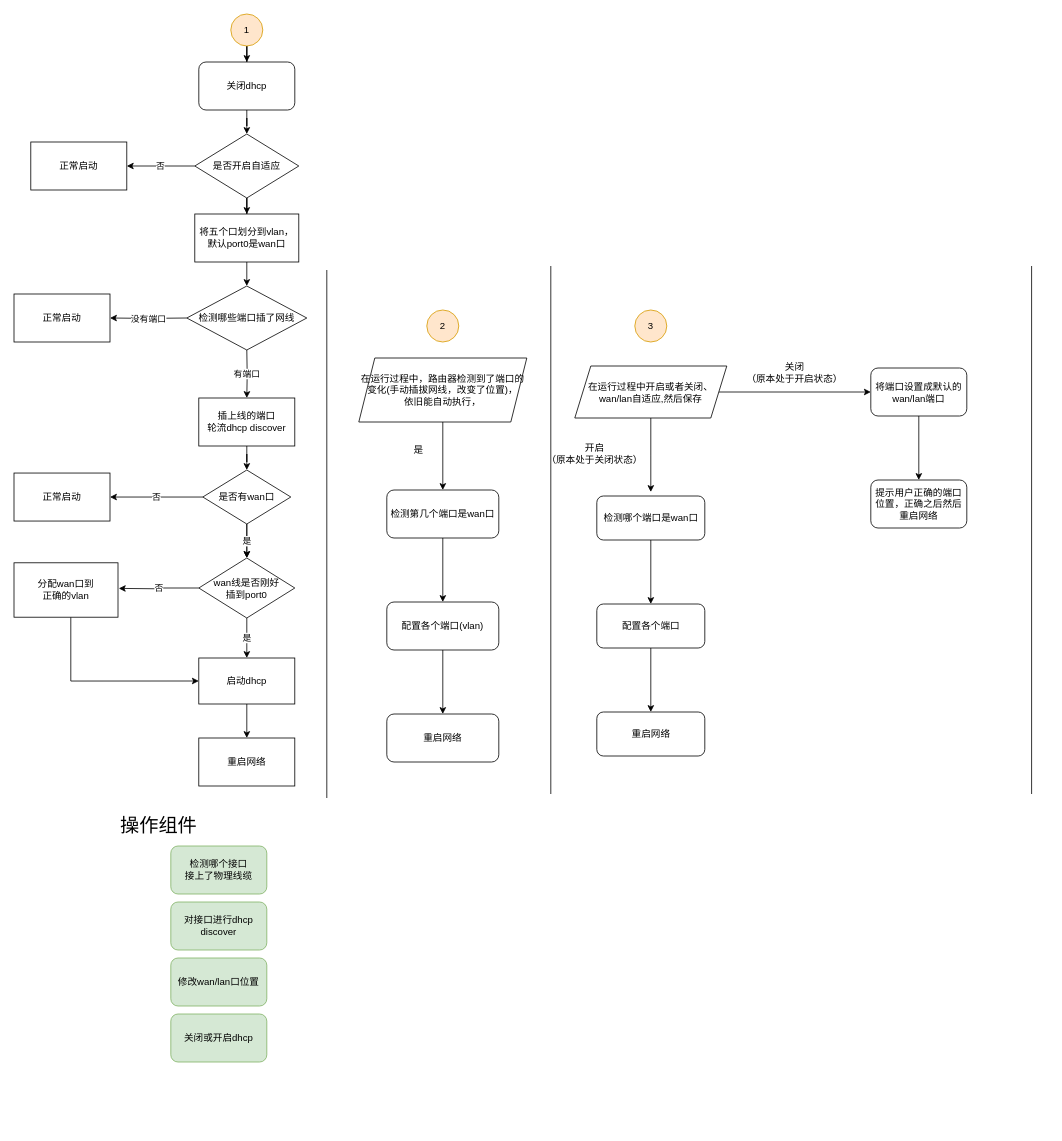
Before: wan/lan_auto_seletct.drawio in EasternCabbage/draw.io, a draw.io diagram. Source tidied: cells renumbered, new cells numbered last; positions are measured from the earlier drawing's top-left corner, leaving out a move shared by most shapes. Both pictures are drawn from the tidied source at 80%, with x=0, y=0 at pixel (14, 14).
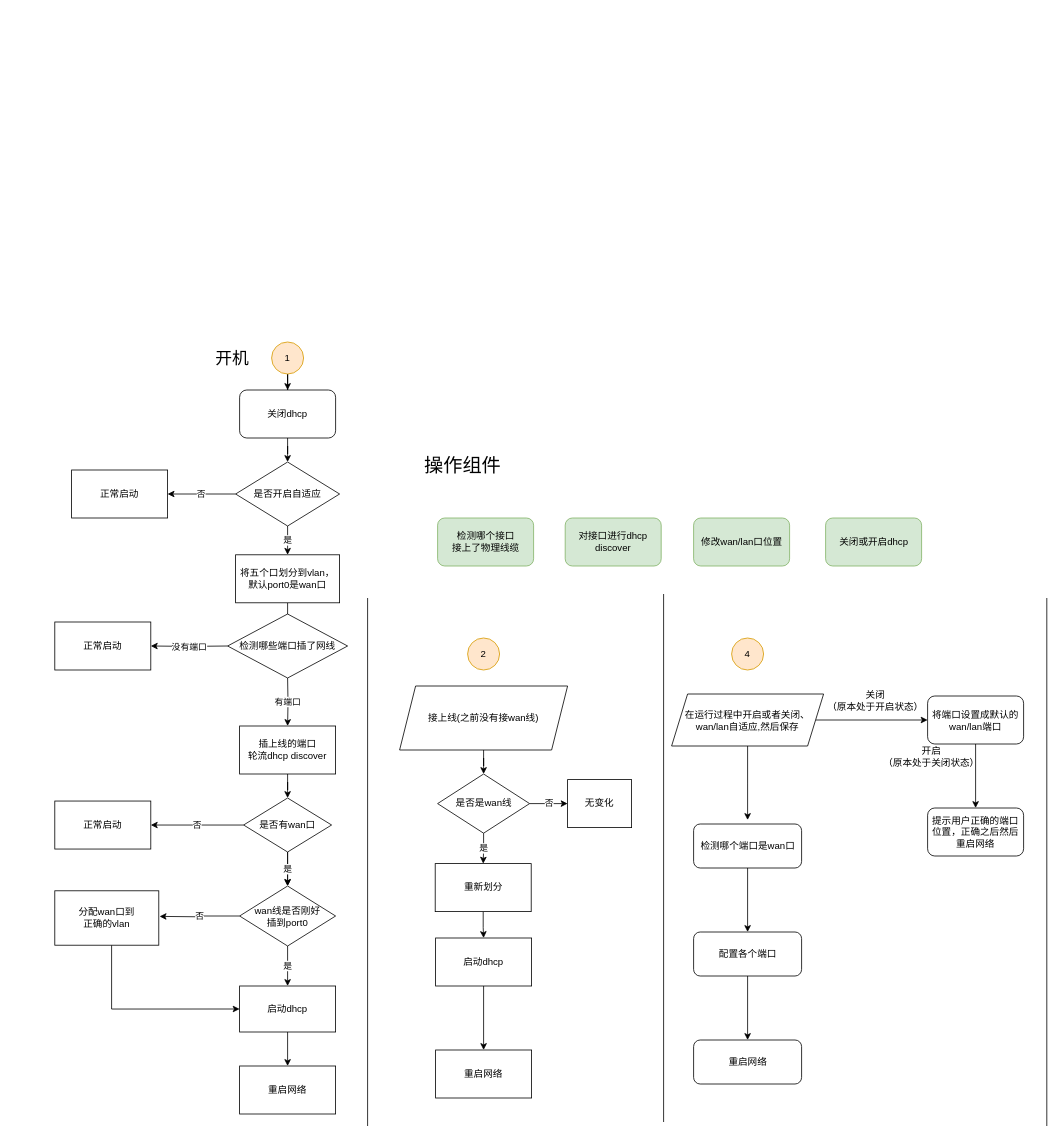
After the change.

Change to the diagram source:
```diff
@@
-    <mxCell id="2" style="edgeStyle=orthogonalEdgeStyle;rounded=0;jettySize=auto;html=1;entryX=0.5;entryY=0;entryDx=0;entryDy=0;" parent="1" edge="1" source="3" target="5">
-      <mxGeometry relative="1" as="geometry" />
-    </mxCell>
+    <mxCell id="62" style="edgeStyle=orthogonalEdgeStyle;rounded=0;jettySize=auto;html=1;" parent="1" edge="1" source="3" target="64">
+      <mxGeometry relative="1" as="geometry" />
+    </mxCell>
-    <mxCell id="3" value="在运行过程中，路由器检测到了端口的变化(手动插拔网线，改变了位置)，&lt;br&gt;依旧能自动执行，" style="shape=parallelogram;perimeter=parallelogramPerimeter;whiteSpace=wrap;html=1;fixedSize=1;" parent="1" vertex="1">
-      <mxGeometry x="431" y="430" width="210" height="80" as="geometry" />
+    <mxCell id="3" value="接上线(之前没有接wan线)" style="shape=parallelogram;perimeter=parallelogramPerimeter;whiteSpace=wrap;html=1;fixedSize=1;" parent="1" vertex="1">
+      <mxGeometry x="482" y="840" width="210" height="80" as="geometry" />
     </mxCell>
-    <mxCell id="4" style="edgeStyle=orthogonalEdgeStyle;rounded=0;jettySize=auto;html=1;" parent="1" edge="1" source="5" target="7">
-      <mxGeometry relative="1" as="geometry" />
-    </mxCell>
-    <mxCell id="5" value="检测第几个端口是wan口" style="rounded=1;whiteSpace=wrap;html=1;" parent="1" vertex="1">
-      <mxGeometry x="466" y="595" width="140" height="60" as="geometry" />
-    </mxCell>
-    <mxCell id="6" style="edgeStyle=orthogonalEdgeStyle;rounded=0;jettySize=auto;html=1;" parent="1" edge="1" source="7" target="9">
-      <mxGeometry relative="1" as="geometry" />
-    </mxCell>
-    <mxCell id="7" value="配置各个端口(vlan)" style="rounded=1;whiteSpace=wrap;html=1;" parent="1" vertex="1">
-      <mxGeometry x="466" y="735" width="140" height="60" as="geometry" />
-    </mxCell>
-    <mxCell id="8" value="是" style="text;html=1;strokeColor=none;fillColor=none;align=center;verticalAlign=middle;whiteSpace=wrap;rounded=0;rotation=0;" parent="1" vertex="1">
-      <mxGeometry x="486" y="535" width="40" height="20" as="geometry" />
-    </mxCell>
-    <mxCell id="9" value="重启网络" style="rounded=1;whiteSpace=wrap;html=1;" parent="1" vertex="1">
-      <mxGeometry x="466" y="875" width="140" height="60" as="geometry" />
-    </mxCell>
     <mxCell id="10" style="edgeStyle=orthogonalEdgeStyle;rounded=0;jettySize=auto;html=1;" parent="1" edge="1" source="12">
       <mxGeometry relative="1" as="geometry">
-        <mxPoint x="796" y="597.5" as="targetPoint" />
+        <mxPoint x="917" y="1007.5" as="targetPoint" />
       </mxGeometry>
     </mxCell>
@@
     <mxCell id="12" value="在运行过程中开启或者关闭、&lt;br&gt;wan/lan自适应,然后保存" style="shape=parallelogram;perimeter=parallelogramPerimeter;whiteSpace=wrap;html=1;fixedSize=1;" parent="1" vertex="1">
-      <mxGeometry x="701" y="440" width="190" height="65" as="geometry" />
+      <mxGeometry x="822" y="850" width="190" height="65" as="geometry" />
     </mxCell>
@@
     <mxCell id="14" value="检测哪个端口是wan口" style="rounded=1;whiteSpace=wrap;html=1;" parent="1" vertex="1">
-      <mxGeometry x="728.5" y="602.5" width="135" height="55" as="geometry" />
+      <mxGeometry x="849.5" y="1012.5" width="135" height="55" as="geometry" />
     </mxCell>
     <mxCell id="15" value="开启&lt;br&gt;（原本处于关闭状态）" style="text;html=1;strokeColor=none;fillColor=none;align=center;verticalAlign=middle;whiteSpace=wrap;rounded=0;" parent="1" vertex="1">
-      <mxGeometry x="661" y="542.5" width="130" height="15" as="geometry" />
+      <mxGeometry x="1082" y="920" width="130" height="15" as="geometry" />
     </mxCell>
@@
     <mxCell id="17" value="将端口设置成默认的wan/lan端口" style="rounded=1;whiteSpace=wrap;html=1;" parent="1" vertex="1">
-      <mxGeometry x="1071" y="442.5" width="120" height="60" as="geometry" />
+      <mxGeometry x="1142" y="852.5" width="120" height="60" as="geometry" />
     </mxCell>
     <mxCell id="18" value="关闭&lt;br&gt;（原本处于开启状态）" style="text;html=1;strokeColor=none;fillColor=none;align=center;verticalAlign=middle;whiteSpace=wrap;rounded=0;" parent="1" vertex="1">
-      <mxGeometry x="911" y="447.5" width="130" as="geometry" />
+      <mxGeometry x="1012" y="857.5" width="130" as="geometry" />
     </mxCell>
@@
     <mxCell id="20" value="配置各个端口" style="rounded=1;whiteSpace=wrap;html=1;" parent="1" vertex="1">
-      <mxGeometry x="728.5" y="737.5" width="135" height="55" as="geometry" />
+      <mxGeometry x="849.5" y="1147.5" width="135" height="55" as="geometry" />
     </mxCell>
     <mxCell id="21" value="重启网络" style="rounded=1;whiteSpace=wrap;html=1;" parent="1" vertex="1">
-      <mxGeometry x="728.5" y="872.5" width="135" height="55" as="geometry" />
+      <mxGeometry x="849.5" y="1282.5" width="135" height="55" as="geometry" />
     </mxCell>
     <mxCell id="22" value="提示用户正确的端口位置，正确之后然后重启网络" style="rounded=1;whiteSpace=wrap;html=1;" parent="1" vertex="1">
-      <mxGeometry x="1071" y="582.5" width="120" height="60" as="geometry" />
+      <mxGeometry x="1142" y="992.5" width="120" height="60" as="geometry" />
     </mxCell>
@@
     <mxCell id="24" value="1" style="ellipse;whiteSpace=wrap;html=1;fillColor=#ffe6cc;strokeColor=#d79b00;" parent="1" vertex="1">
-      <mxGeometry x="271" width="40" height="40" as="geometry" />
+      <mxGeometry x="322" y="410" width="40" height="40" as="geometry" />
     </mxCell>
     <mxCell id="25" value="2" style="ellipse;whiteSpace=wrap;html=1;fillColor=#ffe6cc;strokeColor=#d79b00;" parent="1" vertex="1">
-      <mxGeometry x="516" y="370" width="40" height="40" as="geometry" />
+      <mxGeometry x="567" y="780" width="40" height="40" as="geometry" />
     </mxCell>
-    <mxCell id="26" value="3" style="ellipse;whiteSpace=wrap;html=1;fillColor=#ffe6cc;strokeColor=#d79b00;" parent="1" vertex="1">
-      <mxGeometry x="776" y="370" width="40" height="40" as="geometry" />
+    <mxCell id="26" value="4" style="ellipse;whiteSpace=wrap;html=1;fillColor=#ffe6cc;strokeColor=#d79b00;" parent="1" vertex="1">
+      <mxGeometry x="897" y="780" width="40" height="40" as="geometry" />
     </mxCell>
     <mxCell id="27" style="endArrow=none;html=1;" parent="1" edge="1">
       <mxGeometry relative="1" as="geometry">
-        <mxPoint x="391" y="980" as="sourcePoint" />
-        <mxPoint x="391" y="320" as="targetPoint" />
+        <mxPoint x="442" y="1390" as="sourcePoint" />
+        <mxPoint x="442" y="730" as="targetPoint" />
       </mxGeometry>
     </mxCell>
     <mxCell id="28" style="endArrow=none;html=1;" parent="1" edge="1">
       <mxGeometry relative="1" as="geometry">
-        <mxPoint x="671" y="975" as="sourcePoint" />
-        <mxPoint x="671" y="315" as="targetPoint" />
+        <mxPoint x="812" y="1385" as="sourcePoint" />
+        <mxPoint x="812" y="725" as="targetPoint" />
       </mxGeometry>
     </mxCell>
     <mxCell id="29" style="endArrow=none;html=1;" parent="1" edge="1">
       <mxGeometry relative="1" as="geometry">
-        <mxPoint x="1272" y="975" as="sourcePoint" />
-        <mxPoint x="1272" y="315" as="targetPoint" />
+        <mxPoint x="1291" y="1390" as="sourcePoint" />
+        <mxPoint x="1291" y="730" as="targetPoint" />
       </mxGeometry>
     </mxCell>
     <mxCell id="30" value="操作组件" style="text;html=1;strokeColor=none;fillColor=none;align=center;verticalAlign=middle;whiteSpace=wrap;rounded=0;strokeWidth=1;fontSize=24;" parent="1" vertex="1">
-      <mxGeometry x="41" y="990" width="280" height="50" as="geometry" />
+      <mxGeometry x="421" y="540" width="280" height="50" as="geometry" />
     </mxCell>
     <mxCell id="31" value="检测哪个接口&lt;br&gt;接上了物理线缆" style="rounded=1;whiteSpace=wrap;html=1;fillColor=#d5e8d4;strokeColor=#82b366;" parent="1" vertex="1">
-      <mxGeometry x="196" y="1040" width="120" height="60" as="geometry" />
+      <mxGeometry x="529.5" y="630" width="120" height="60" as="geometry" />
     </mxCell>
     <mxCell id="32" value="对接口进行dhcp discover" style="rounded=1;whiteSpace=wrap;html=1;fillColor=#d5e8d4;strokeColor=#82b366;" parent="1" vertex="1">
-      <mxGeometry x="196" y="1110" width="120" height="60" as="geometry" />
+      <mxGeometry x="689" y="630" width="120" height="60" as="geometry" />
     </mxCell>
     <mxCell id="33" value="修改wan/lan口位置" style="whiteSpace=wrap;html=1;rounded=1;fillColor=#d5e8d4;strokeColor=#82b366;" parent="1" vertex="1">
-      <mxGeometry x="196" y="1180" width="120" height="60" as="geometry" />
+      <mxGeometry x="849.5" y="630" width="120" height="60" as="geometry" />
     </mxCell>
     <mxCell id="34" value="关闭或开启dhcp" style="rounded=1;whiteSpace=wrap;html=1;fillColor=#d5e8d4;strokeColor=#82b366;" parent="1" vertex="1">
-      <mxGeometry x="196" y="1250" width="120" height="60" as="geometry" />
+      <mxGeometry x="1014.5" y="630" width="120" height="60" as="geometry" />
     </mxCell>
@@
     <mxCell id="36" value="关闭dhcp" style="rounded=1;whiteSpace=wrap;html=1;" parent="1" vertex="1">
-      <mxGeometry x="231" y="60" width="120" height="60" as="geometry" />
+      <mxGeometry x="282" y="470" width="120" height="60" as="geometry" />
     </mxCell>
@@
-    <mxCell id="38" style="edgeStyle=orthogonalEdgeStyle;rounded=0;jettySize=auto;html=1;" parent="1" edge="1" source="39" target="42">
+    <mxCell id="38" value="是" style="edgeStyle=orthogonalEdgeStyle;rounded=0;jettySize=auto;html=1;" parent="1" edge="1" source="39" target="42">
       <mxGeometry relative="1" as="geometry" />
     </mxCell>
     <mxCell id="39" value="是否开启自适应" style="rhombus;whiteSpace=wrap;html=1;" parent="1" vertex="1">
-      <mxGeometry x="226" y="150" width="130" height="80" as="geometry" />
+      <mxGeometry x="277" y="560" width="130" height="80" as="geometry" />
     </mxCell>
     <mxCell id="40" value="正常启动" style="whiteSpace=wrap;html=1;" parent="1" vertex="1">
-      <mxGeometry x="21" y="160" width="120" height="60" as="geometry" />
+      <mxGeometry x="72" y="570" width="120" height="60" as="geometry" />
     </mxCell>
     <mxCell id="41" style="edgeStyle=orthogonalEdgeStyle;rounded=0;jettySize=auto;html=1;" parent="1" edge="1" source="42">
       <mxGeometry relative="1" as="geometry">
-        <mxPoint x="291" y="340" as="targetPoint" />
+        <mxPoint x="342" y="750" as="targetPoint" />
       </mxGeometry>
     </mxCell>
     <mxCell id="42" value="将五个口划分到vlan，默认port0是wan口" style="whiteSpace=wrap;html=1;" parent="1" vertex="1">
-      <mxGeometry x="226" y="250" width="130" height="60" as="geometry" />
+      <mxGeometry x="277" y="676" width="130" height="60" as="geometry" />
     </mxCell>
     <mxCell id="43" value="没有端口" style="edgeStyle=orthogonalEdgeStyle;rounded=0;jettySize=auto;html=1;" parent="1" edge="1" target="46">
       <mxGeometry relative="1" as="geometry">
-        <mxPoint x="216" y="380" as="sourcePoint" />
+        <mxPoint x="267" y="790" as="sourcePoint" />
       </mxGeometry>
     </mxCell>
     <mxCell id="44" value="有端口" style="edgeStyle=orthogonalEdgeStyle;rounded=0;jettySize=auto;html=1;" parent="1" edge="1" target="48">
       <mxGeometry relative="1" as="geometry">
-        <mxPoint x="291" y="420" as="sourcePoint" />
+        <mxPoint x="342" y="830" as="sourcePoint" />
       </mxGeometry>
     </mxCell>
     <mxCell id="45" value="检测哪些端口插了网线" style="rhombus;whiteSpace=wrap;html=1;" parent="1" vertex="1">
-      <mxGeometry x="216" y="340" width="150" height="80" as="geometry" />
+      <mxGeometry x="267" y="750" width="150" height="80" as="geometry" />
     </mxCell>
     <mxCell id="46" value="正常启动" style="whiteSpace=wrap;html=1;" parent="1" vertex="1">
-      <mxGeometry y="350" width="120" height="60" as="geometry" />
+      <mxGeometry x="51" y="760" width="120" height="60" as="geometry" />
     </mxCell>
@@
     <mxCell id="48" value="插上线的端口&lt;br&gt;轮流dhcp discover" style="rounded=0;whiteSpace=wrap;html=1;" parent="1" vertex="1">
-      <mxGeometry x="231" y="480" width="120" height="60" as="geometry" />
+      <mxGeometry x="282" y="890" width="120" height="60" as="geometry" />
     </mxCell>
@@
     <mxCell id="50" value="否" style="edgeStyle=orthogonalEdgeStyle;rounded=0;jettySize=auto;html=1;" parent="1" edge="1" source="51">
       <mxGeometry relative="1" as="geometry">
-        <mxPoint x="131" y="718" as="targetPoint" />
+        <mxPoint x="182" y="1128" as="targetPoint" />
       </mxGeometry>
     </mxCell>
     <mxCell id="51" value="wan线是否刚好&lt;br&gt;插到port0" style="rhombus;whiteSpace=wrap;html=1;rounded=0;" parent="1" vertex="1">
-      <mxGeometry x="231" y="680" width="120" height="75" as="geometry" />
+      <mxGeometry x="282" y="1090" width="120" height="75" as="geometry" />
     </mxCell>
@@
     <mxCell id="53" value="启动dhcp" style="whiteSpace=wrap;html=1;rounded=0;" parent="1" vertex="1">
-      <mxGeometry x="231" y="805" width="120" height="57.5" as="geometry" />
+      <mxGeometry x="282" y="1215" width="120" height="57.5" as="geometry" />
     </mxCell>
     <mxCell id="54" value="重启网络" style="whiteSpace=wrap;html=1;rounded=0;" parent="1" vertex="1">
-      <mxGeometry x="231" y="905" width="120" height="60" as="geometry" />
+      <mxGeometry x="282" y="1315" width="120" height="60" as="geometry" />
     </mxCell>
     <mxCell id="55" style="edgeStyle=orthogonalEdgeStyle;rounded=0;jettySize=auto;html=1;entryX=0;entryY=0.5;entryDx=0;entryDy=0;" parent="1" edge="1" source="56" target="53">
       <mxGeometry relative="1" as="geometry">
         <Array as="points">
-          <mxPoint x="71" y="834" />
+          <mxPoint x="122" y="1244" />
         </Array>
       </mxGeometry>
     </mxCell>
     <mxCell id="56" value="分配wan口到&lt;br&gt;正确的vlan" style="rounded=0;whiteSpace=wrap;html=1;" parent="1" vertex="1">
-      <mxGeometry y="686" width="130" height="68" as="geometry" />
+      <mxGeometry x="51" y="1096" width="130" height="68" as="geometry" />
     </mxCell>
@@
     <mxCell id="60" value="是否有wan口" style="rhombus;whiteSpace=wrap;html=1;" parent="1" vertex="1">
-      <mxGeometry x="236" y="570" width="110" height="67.5" as="geometry" />
+      <mxGeometry x="287" y="980" width="110" height="67.5" as="geometry" />
     </mxCell>
     <mxCell id="61" value="正常启动" style="whiteSpace=wrap;html=1;" parent="1" vertex="1">
-      <mxGeometry y="573.8" width="120" height="60" as="geometry" />
+      <mxGeometry x="51" y="983.8" width="120" height="60" as="geometry" />
     </mxCell>
+    <mxCell id="8" value="是" style="edgeStyle=orthogonalEdgeStyle;rounded=0;jettySize=auto;html=1;" parent="1" edge="1" source="64" target="66">
+      <mxGeometry relative="1" as="geometry" />
+    </mxCell>
+    <mxCell id="63" value="否" style="edgeStyle=orthogonalEdgeStyle;rounded=0;jettySize=auto;html=1;" parent="1" edge="1" source="64" target="69">
+      <mxGeometry relative="1" as="geometry" />
+    </mxCell>
+    <mxCell id="64" value="是否是wan线" style="rhombus;whiteSpace=wrap;html=1;" parent="1" vertex="1">
+      <mxGeometry x="529.5" y="950" width="115" height="74" as="geometry" />
+    </mxCell>
+    <mxCell id="65" style="edgeStyle=orthogonalEdgeStyle;rounded=0;jettySize=auto;html=1;" parent="1" edge="1" source="66" target="68">
+      <mxGeometry relative="1" as="geometry" />
+    </mxCell>
+    <mxCell id="66" value="重新划分" style="rounded=0;whiteSpace=wrap;html=1;" parent="1" vertex="1">
+      <mxGeometry x="526.5" y="1062" width="120" height="60" as="geometry" />
+    </mxCell>
+    <mxCell id="67" style="edgeStyle=orthogonalEdgeStyle;rounded=0;jettySize=auto;html=1;" parent="1" edge="1" source="68" target="9">
+      <mxGeometry relative="1" as="geometry" />
+    </mxCell>
+    <mxCell id="68" value="启动dhcp" style="rounded=0;whiteSpace=wrap;html=1;" parent="1" vertex="1">
+      <mxGeometry x="527" y="1155" width="120" height="60" as="geometry" />
+    </mxCell>
+    <mxCell id="69" value="无变化" style="whiteSpace=wrap;html=1;" parent="1" vertex="1">
+      <mxGeometry x="692" y="957" width="80" height="60" as="geometry" />
+    </mxCell>
+    <mxCell id="9" value="重启网络" style="rounded=0;whiteSpace=wrap;html=1;" parent="1" vertex="1">
+      <mxGeometry x="527" y="1295" width="120" height="60" as="geometry" />
+    </mxCell>
+    <mxCell id="70" value="&lt;font style=&quot;font-size: 21px&quot;&gt;开机&lt;/font&gt;" style="text;html=1;strokeColor=none;fillColor=none;align=center;verticalAlign=middle;whiteSpace=wrap;rounded=0;" parent="1" vertex="1">
+      <mxGeometry x="231" y="420" width="84" height="20" as="geometry" />
+    </mxCell>
```
